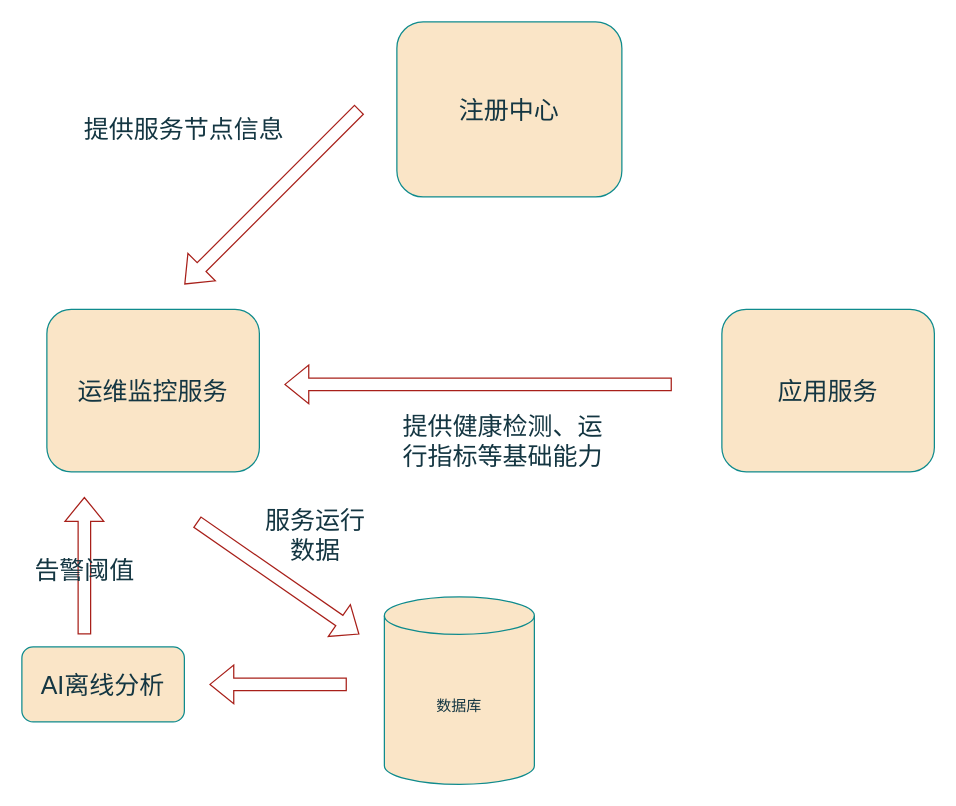
Earlier version of the draw.io diagram 运维监控工具设计原理图.drawio (java-zengguang/images). Source tidied: cells renumbered, new cells numbered last; positions are measured from the earlier drawing's top-left corner, leaving out a move shared by most shapes. Both pictures are drawn from the tidied source at 125%, with x=0, y=0 at pixel (21, 21).
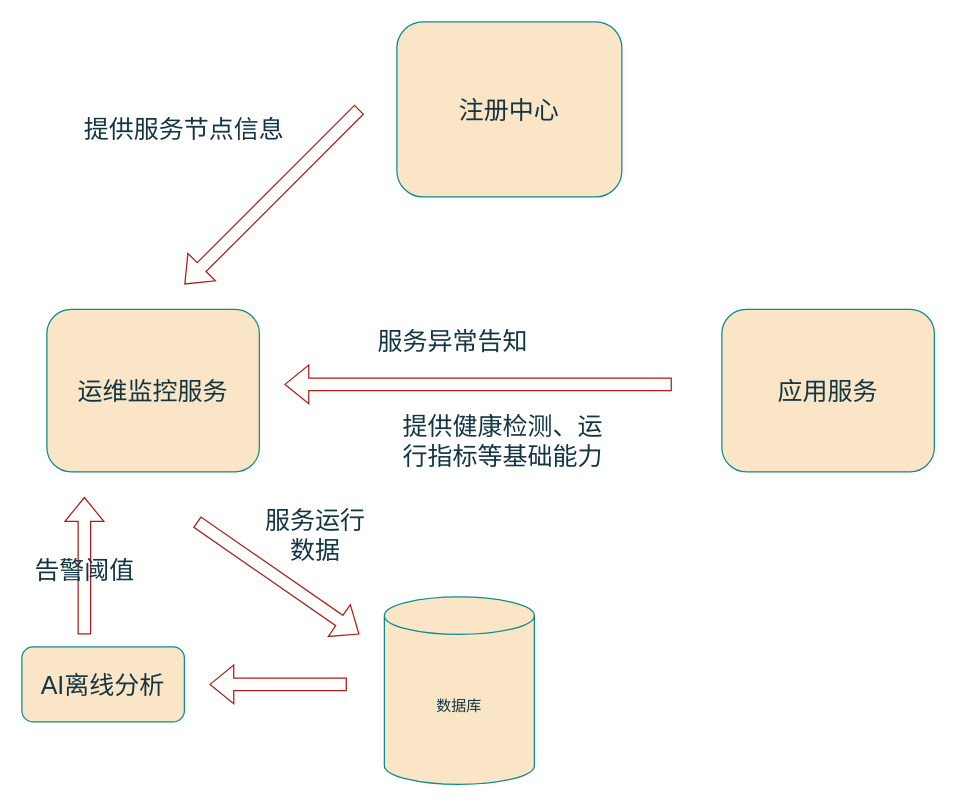
Above is the later version.

Commit message (it also covers changes not shown here):
更新运维监控工具设计原理图.drawio

Change to the diagram source:
```diff
@@
+    <mxCell id="16" value="&lt;font style=&quot;font-size: 20px;&quot;&gt;服务异常告知&lt;/font&gt;" style="text;html=1;align=center;verticalAlign=middle;whiteSpace=wrap;rounded=0;fontColor=#143642;" parent="1" vertex="1">
+      <mxGeometry x="270" y="240" width="150" height="30" as="geometry" />
+    </mxCell>
```
